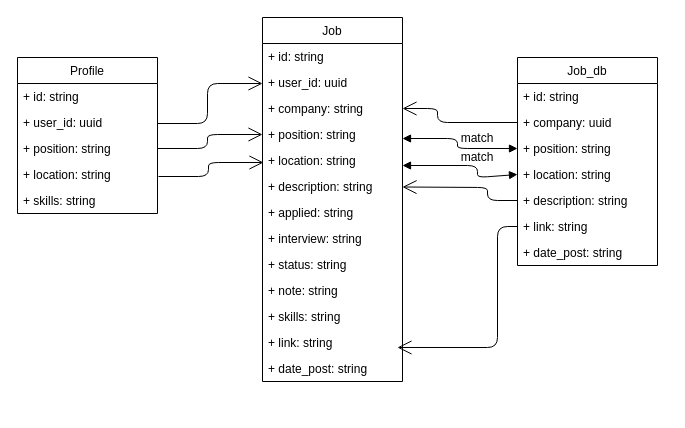
This is page "Job_match_algo" (2 of 5) of career_path_diagram.drawio from hcheung01/Career_path, a draw.io file, before an edit. Source tidied: cells renumbered, new cells numbered last; positions are measured from the earlier drawing's top-left corner, leaving out a move shared by most shapes. Both pictures are drawn from the tidied source at 100%, with x=0, y=0 at pixel (17, 17).
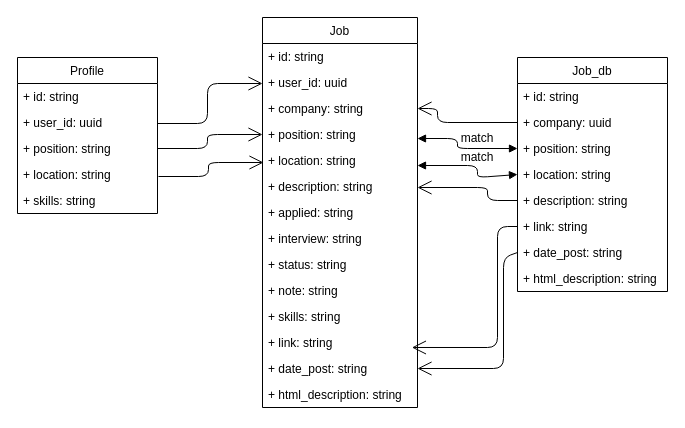
The same page after the edit.

Change to the diagram source:
```diff
@@
     <mxCell id="8" value="Job" style="swimlane;fontStyle=0;horizontal=1;startSize=26;fillColor=none;" parent="1" vertex="1">
-      <mxGeometry x="245" width="140" height="364" as="geometry" />
+      <mxGeometry x="245" width="155" height="390" as="geometry" />
     </mxCell>
     <mxCell id="9" value="+ id: string" style="text;strokeColor=none;fillColor=none;align=left;verticalAlign=top;spacingLeft=4;spacingRight=4;overflow=hidden;" parent="8" vertex="1">
-      <mxGeometry y="26" width="140" height="26" as="geometry" />
+      <mxGeometry y="26" width="155" height="26" as="geometry" />
     </mxCell>
     <mxCell id="10" value="+ user_id: uuid" style="text;strokeColor=none;fillColor=none;align=left;verticalAlign=top;spacingLeft=4;spacingRight=4;overflow=hidden;" parent="8" vertex="1">
-      <mxGeometry y="52" width="140" height="26" as="geometry" />
+      <mxGeometry y="52" width="155" height="26" as="geometry" />
     </mxCell>
     <mxCell id="11" value="+ company: string" style="text;strokeColor=none;fillColor=none;align=left;verticalAlign=top;spacingLeft=4;spacingRight=4;overflow=hidden;points=[[0,0.5],[1,0.5]];portConstraint=eastwest;" parent="8" vertex="1">
-      <mxGeometry y="78" width="140" height="26" as="geometry" />
+      <mxGeometry y="78" width="155" height="26" as="geometry" />
     </mxCell>
     <mxCell id="12" value="+ position: string" style="text;strokeColor=none;fillColor=none;align=left;verticalAlign=top;spacingLeft=4;spacingRight=4;overflow=hidden;points=[[0,0.5],[1,0.5]];portConstraint=eastwest;" parent="8" vertex="1">
-      <mxGeometry y="104" width="140" height="26" as="geometry" />
+      <mxGeometry y="104" width="155" height="26" as="geometry" />
     </mxCell>
     <mxCell id="13" value="+ location: string" style="text;strokeColor=none;fillColor=none;align=left;verticalAlign=top;spacingLeft=4;spacingRight=4;overflow=hidden;" parent="8" vertex="1">
-      <mxGeometry y="130" width="140" height="26" as="geometry" />
+      <mxGeometry y="130" width="155" height="26" as="geometry" />
     </mxCell>
     <mxCell id="14" value="+ description: string" style="text;strokeColor=none;fillColor=none;align=left;verticalAlign=top;spacingLeft=4;spacingRight=4;overflow=hidden;" parent="8" vertex="1">
-      <mxGeometry y="156" width="140" height="26" as="geometry" />
+      <mxGeometry y="156" width="155" height="26" as="geometry" />
     </mxCell>
     <mxCell id="15" value="+ applied: string" style="text;strokeColor=none;fillColor=none;align=left;verticalAlign=top;spacingLeft=4;spacingRight=4;overflow=hidden;" parent="8" vertex="1">
-      <mxGeometry y="182" width="140" height="26" as="geometry" />
+      <mxGeometry y="182" width="155" height="26" as="geometry" />
     </mxCell>
     <mxCell id="16" value="+ interview: string" style="text;strokeColor=none;fillColor=none;align=left;verticalAlign=top;spacingLeft=4;spacingRight=4;overflow=hidden;" parent="8" vertex="1">
-      <mxGeometry y="208" width="140" height="26" as="geometry" />
+      <mxGeometry y="208" width="155" height="26" as="geometry" />
     </mxCell>
     <mxCell id="17" value="+ status: string" style="text;strokeColor=none;fillColor=none;align=left;verticalAlign=top;spacingLeft=4;spacingRight=4;overflow=hidden;" parent="8" vertex="1">
-      <mxGeometry y="234" width="140" height="26" as="geometry" />
+      <mxGeometry y="234" width="155" height="26" as="geometry" />
     </mxCell>
     <mxCell id="18" value="+ note: string" style="text;strokeColor=none;fillColor=none;align=left;verticalAlign=top;spacingLeft=4;spacingRight=4;overflow=hidden;" parent="8" vertex="1">
-      <mxGeometry y="260" width="140" height="26" as="geometry" />
+      <mxGeometry y="260" width="155" height="26" as="geometry" />
     </mxCell>
     <mxCell id="19" value="+ skills: string" style="text;strokeColor=none;fillColor=none;align=left;verticalAlign=top;spacingLeft=4;spacingRight=4;overflow=hidden;" parent="8" vertex="1">
-      <mxGeometry y="286" width="140" height="26" as="geometry" />
+      <mxGeometry y="286" width="155" height="26" as="geometry" />
     </mxCell>
     <mxCell id="20" value="+ link: string" style="text;strokeColor=none;fillColor=none;align=left;verticalAlign=top;spacingLeft=4;spacingRight=4;overflow=hidden;points=[[0,0.5],[1,0.5]];portConstraint=eastwest;" parent="8" vertex="1">
-      <mxGeometry y="312" width="140" height="26" as="geometry" />
+      <mxGeometry y="312" width="155" height="26" as="geometry" />
     </mxCell>
     <mxCell id="21" value="+ date_post: string" style="text;strokeColor=none;fillColor=none;align=left;verticalAlign=top;spacingLeft=4;spacingRight=4;overflow=hidden;" parent="8" vertex="1">
-      <mxGeometry y="338" width="140" height="26" as="geometry" />
+      <mxGeometry y="338" width="155" height="26" as="geometry" />
     </mxCell>
+    <mxCell id="40" value="+ html_description: string" style="text;strokeColor=none;fillColor=none;align=left;verticalAlign=top;spacingLeft=4;spacingRight=4;overflow=hidden;" parent="8" vertex="1">
+      <mxGeometry y="364" width="155" height="26" as="geometry" />
+    </mxCell>
     <mxCell id="22" value="Job_db" style="swimlane;fontStyle=0;horizontal=1;startSize=26;fillColor=none;" parent="1" vertex="1">
-      <mxGeometry x="500" y="40" width="140" height="208" as="geometry" />
+      <mxGeometry x="500" y="40" width="150" height="234" as="geometry" />
     </mxCell>
     <mxCell id="23" value="+ id: string" style="text;strokeColor=none;fillColor=none;align=left;verticalAlign=top;spacingLeft=4;spacingRight=4;overflow=hidden;" parent="22" vertex="1">
-      <mxGeometry y="26" width="140" height="26" as="geometry" />
+      <mxGeometry y="26" width="150" height="26" as="geometry" />
     </mxCell>
     <mxCell id="24" value="+ company: uuid" style="text;strokeColor=none;fillColor=none;align=left;verticalAlign=top;spacingLeft=4;spacingRight=4;overflow=hidden;points=[[0,0.5],[1,0.5]];portConstraint=eastwest;" parent="22" vertex="1">
-      <mxGeometry y="52" width="140" height="26" as="geometry" />
+      <mxGeometry y="52" width="150" height="26" as="geometry" />
     </mxCell>
     <mxCell id="25" value="+ position: string" style="text;strokeColor=none;fillColor=none;align=left;verticalAlign=top;spacingLeft=4;spacingRight=4;overflow=hidden;points=[[0,0.5],[1,0.5]];portConstraint=eastwest;" parent="22" vertex="1">
-      <mxGeometry y="78" width="140" height="26" as="geometry" />
+      <mxGeometry y="78" width="150" height="26" as="geometry" />
     </mxCell>
     <mxCell id="26" value="+ location: string" style="text;strokeColor=none;fillColor=none;align=left;verticalAlign=top;spacingLeft=4;spacingRight=4;overflow=hidden;" parent="22" vertex="1">
-      <mxGeometry y="104" width="140" height="26" as="geometry" />
+      <mxGeometry y="104" width="150" height="26" as="geometry" />
     </mxCell>
     <mxCell id="27" value="+ description: string" style="text;strokeColor=none;fillColor=none;align=left;verticalAlign=top;spacingLeft=4;spacingRight=4;overflow=hidden;points=[[0,0.5],[1,0.5]];portConstraint=eastwest;" parent="22" vertex="1">
-      <mxGeometry y="130" width="140" height="26" as="geometry" />
+      <mxGeometry y="130" width="150" height="26" as="geometry" />
     </mxCell>
     <mxCell id="28" value="+ link: string" style="text;strokeColor=none;fillColor=none;align=left;verticalAlign=top;spacingLeft=4;spacingRight=4;overflow=hidden;points=[[0,0.5],[1,0.5]];portConstraint=eastwest;" parent="22" vertex="1">
-      <mxGeometry y="156" width="140" height="26" as="geometry" />
+      <mxGeometry y="156" width="150" height="26" as="geometry" />
     </mxCell>
     <mxCell id="29" value="+ date_post: string" style="text;strokeColor=none;fillColor=none;align=left;verticalAlign=top;spacingLeft=4;spacingRight=4;overflow=hidden;points=[[0,0.5],[1,0.5]];portConstraint=eastwest;" parent="22" vertex="1">
-      <mxGeometry y="182" width="140" height="26" as="geometry" />
+      <mxGeometry y="182" width="150" height="26" as="geometry" />
     </mxCell>
+    <mxCell id="41" value="+ html_description: string" style="text;strokeColor=none;fillColor=none;align=left;verticalAlign=top;spacingLeft=4;spacingRight=4;overflow=hidden;" parent="22" vertex="1">
+      <mxGeometry y="208" width="150" height="26" as="geometry" />
+    </mxCell>
@@
     <mxCell id="35" style="endArrow=block;startArrow=block;endFill=1;startFill=1;html=1;entryX=0;entryY=0.5;entryDx=0;entryDy=0;" parent="1" edge="1" target="25">
       <mxGeometry relative="1" as="geometry">
-        <mxPoint x="385" y="121" as="sourcePoint" />
+        <mxPoint x="400" y="121" as="sourcePoint" />
         <Array as="points">
           <mxPoint x="440" y="121" />
           <mxPoint x="440" y="131" />
         </Array>
       </mxGeometry>
     </mxCell>
     <mxCell id="36" style="endArrow=block;startArrow=block;endFill=1;startFill=1;html=1;" parent="1" edge="1">
       <mxGeometry relative="1" as="geometry">
-        <mxPoint x="385" y="148" as="sourcePoint" />
+        <mxPoint x="400" y="148" as="sourcePoint" />
         <mxPoint x="500" y="157" as="targetPoint" />
         <Array as="points">
           <mxPoint x="460" y="148" />
           <mxPoint x="460" y="160" />
         </Array>
       </mxGeometry>
     </mxCell>
@@
-    <mxCell id="39" style="endArrow=open;endFill=1;endSize=12;html=1;entryX=1;entryY=0.5;entryDx=0;entryDy=0;exitX=0;exitY=0.5;exitDx=0;exitDy=0;" parent="1" edge="1" source="27">
+    <mxCell id="39" style="endArrow=open;endFill=1;endSize=12;html=1;exitX=0;exitY=0.5;exitDx=0;exitDy=0;" parent="1" edge="1" source="27">
       <mxGeometry relative="1" as="geometry">
-        <mxPoint x="385" y="169.5" as="targetPoint" />
+        <mxPoint x="400" y="170" as="targetPoint" />
         <Array as="points">
           <mxPoint x="470" y="183" />
           <mxPoint x="470" y="170" />
         </Array>
       </mxGeometry>
     </mxCell>
+    <mxCell id="42" style="endArrow=open;endFill=1;endSize=12;html=1;entryX=0.964;entryY=0.692;entryDx=0;entryDy=0;entryPerimeter=0;exitX=0;exitY=0.5;exitDx=0;exitDy=0;" parent="1" edge="1" source="29">
+      <mxGeometry relative="1" as="geometry">
+        <mxPoint x="400" y="351" as="targetPoint" />
+        <Array as="points">
+          <mxPoint x="486" y="240" />
+          <mxPoint x="486" y="351" />
+        </Array>
+      </mxGeometry>
+    </mxCell>
```
